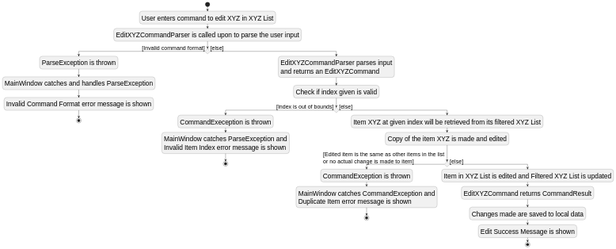
Earlier version of the PlantUML export docs/images/EditCommandActivityDiagram.svg (nus-cs2103-AY2223S2/tp).
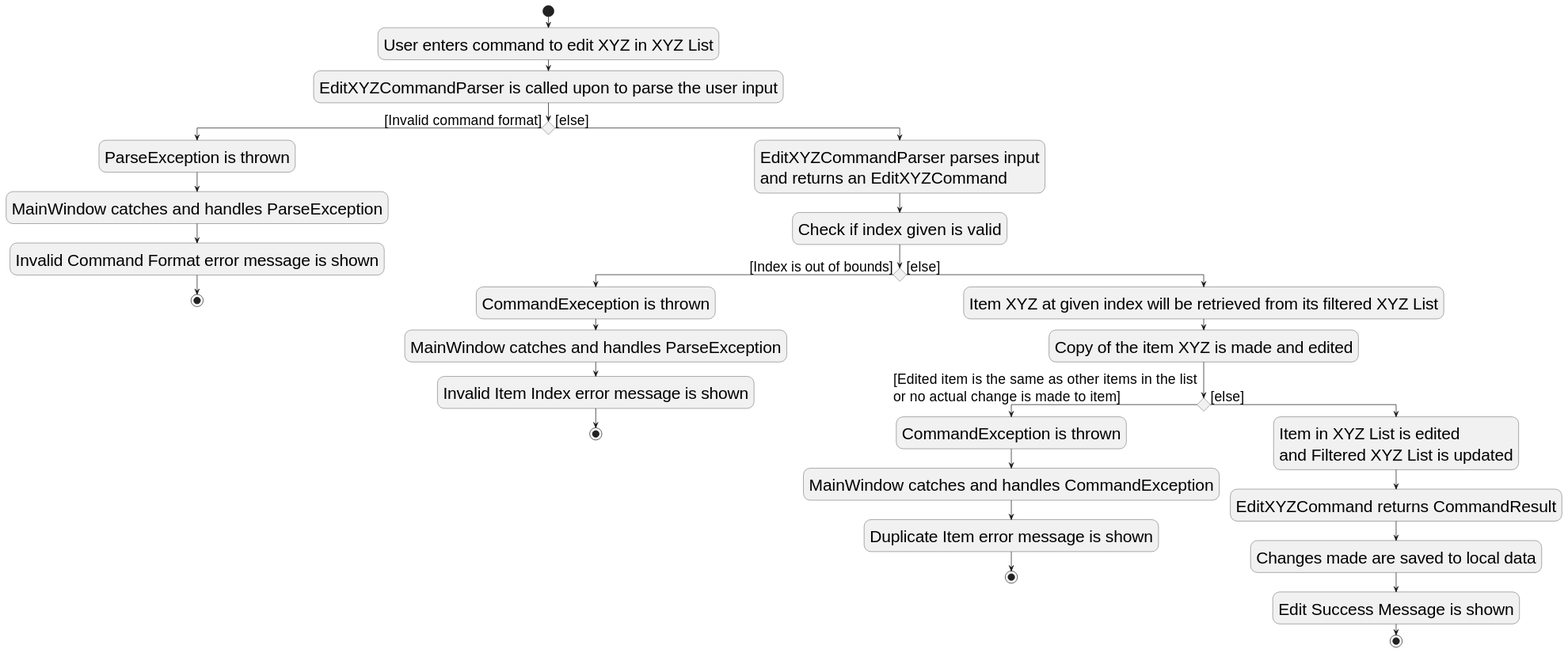
Above is the later version.

Commit message:
Minor cosmetic changes to activity diagram

The edit, as a diff of the source:
```diff
@@ -17,8 +17,8 @@
 
 if () then ([Index is out of bounds])
     :CommandExeception is thrown;
-    :MainWindow catches ParseException and
-    Invalid Item Index error message is shown;
+    :MainWindow catches and handles ParseException;
+    :Invalid Item Index error message is shown;
     stop
 else ([else])
 :Item XYZ at given index will be retrieved from its filtered XYZ List;
@@ -27,12 +27,13 @@
 if () then ([Edited item is the same as other items in the list
 or no actual change is made to item])
 :CommandException is thrown;
-:MainWindow catches CommandException and
-Duplicate Item error message is shown;
+:MainWindow catches and handles CommandException;
+:Duplicate Item error message is shown;
 stop
 
 else ([else])
-:Item in XYZ List is edited and Filtered XYZ List is updated;
+:Item in XYZ List is edited
+and Filtered XYZ List is updated;
 :EditXYZCommand returns CommandResult;
 :Changes made are saved to local data;
 :Edit Success Message is shown;
```
